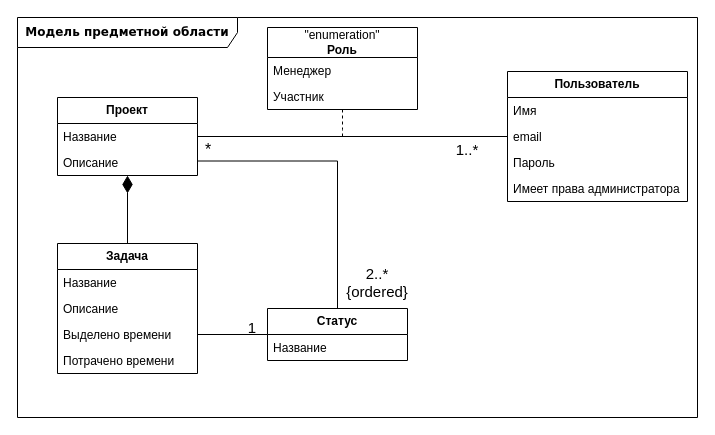
This is docs/raw_diagrams/domain_model.drawio from aVorotnikov/thunder_board, a draw.io file, before an edit. Source tidied: cells renumbered, new cells numbered last; positions are measured from the earlier drawing's top-left corner, leaving out a move shared by most shapes. Both pictures are drawn from the tidied source at 100%, with x=0, y=0 at pixel (17, 17).
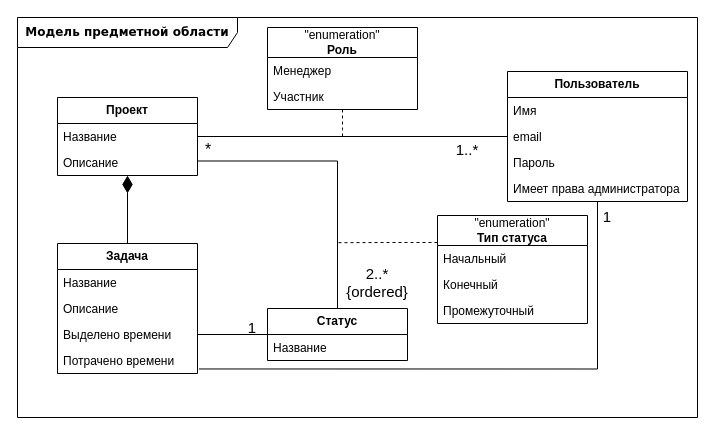
The same diagram, later.

Commit message:
Правки модели предметной области

The change refers to these unchanged cells:
```xml
<mxCell id="11" value="Потрачено времени" style="text;strokeColor=none;fillColor=none;align=left;verticalAlign=top;spacingLeft=4;spacingRight=4;overflow=hidden;points=[[0,0.5],[1,0.5]];portConstraint=eastwest;whiteSpace=wrap;html=1;" parent="7" vertex="1">
  <mxGeometry y="104" width="140" height="26" as="geometry" />
</mxCell>
<mxCell id="17" value="&lt;b&gt;Пользователь&lt;/b&gt;" style="swimlane;fontStyle=0;horizontal=1;startSize=26;fillColor=none;whiteSpace=wrap;html=1;" parent="1" vertex="1">
  <mxGeometry x="490" y="54" width="180" height="130" as="geometry" />
</mxCell>
```

Diff of the diagram source:
```diff
@@
+    <mxCell id="30" style="edgeStyle=orthogonalEdgeStyle;rounded=0;jettySize=auto;html=1;exitX=0;exitY=0.25;exitDx=0;exitDy=0;endArrow=none;endFill=0;dashed=1;" parent="1" edge="1" source="31">
+      <mxGeometry relative="1" as="geometry">
+        <mxPoint x="320" y="225.2" as="targetPoint" />
+      </mxGeometry>
+    </mxCell>
+    <mxCell id="31" value="&quot;enumeration&quot;&lt;br&gt;&lt;b&gt;Тип статуса&lt;/b&gt;" style="swimlane;fontStyle=0;horizontal=1;startSize=30;fillColor=none;whiteSpace=wrap;html=1;" parent="1" vertex="1">
+      <mxGeometry x="420" y="198" width="150" height="108" as="geometry" />
+    </mxCell>
+    <mxCell id="32" value="Начальный" style="text;strokeColor=none;fillColor=none;align=left;verticalAlign=top;spacingLeft=4;spacingRight=4;overflow=hidden;whiteSpace=wrap;html=1;" parent="31" vertex="1">
+      <mxGeometry y="30" width="150" height="26" as="geometry" />
+    </mxCell>
+    <mxCell id="33" value="Конечный" style="text;strokeColor=none;fillColor=none;align=left;verticalAlign=top;spacingLeft=4;spacingRight=4;overflow=hidden;whiteSpace=wrap;html=1;" parent="31" vertex="1">
+      <mxGeometry y="56" width="150" height="26" as="geometry" />
+    </mxCell>
+    <mxCell id="34" value="Промежуточный" style="text;strokeColor=none;fillColor=none;align=left;verticalAlign=top;spacingLeft=4;spacingRight=4;overflow=hidden;whiteSpace=wrap;html=1;" parent="31" vertex="1">
+      <mxGeometry y="82" width="150" height="26" as="geometry" />
+    </mxCell>
+    <mxCell id="35" style="edgeStyle=orthogonalEdgeStyle;rounded=0;jettySize=auto;html=1;exitX=1.01;exitY=0.826;exitDx=0;exitDy=0;exitPerimeter=0;endArrow=none;endFill=0;" parent="1" edge="1" source="11" target="17">
+      <mxGeometry relative="1" as="geometry" />
+    </mxCell>
+    <mxCell id="36" value="1" style="text;html=1;strokeColor=none;fillColor=none;align=center;verticalAlign=middle;whiteSpace=wrap;rounded=0;fontSize=15;" parent="1" vertex="1">
+      <mxGeometry x="560" y="184" width="60" height="30" as="geometry" />
+    </mxCell>
```
